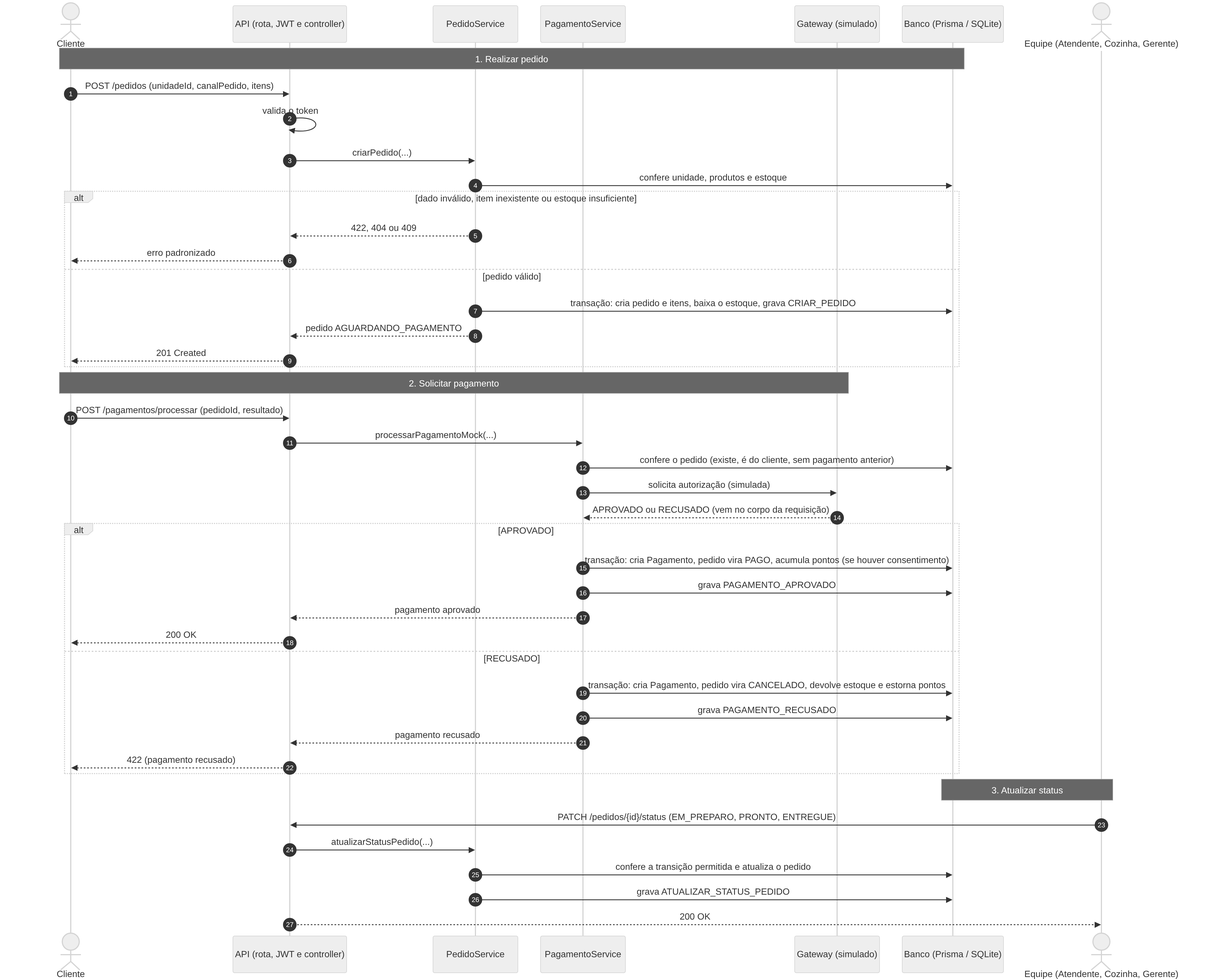
Earlier version of the Mermaid export docs/diagramas/sequencia-pedido-pagamento.png (Pedro-Gabr/raizes-do-nordeste-api). Its source is kept beside it as docs/diagramas/sequencia-pedido-pagamento.mmd.
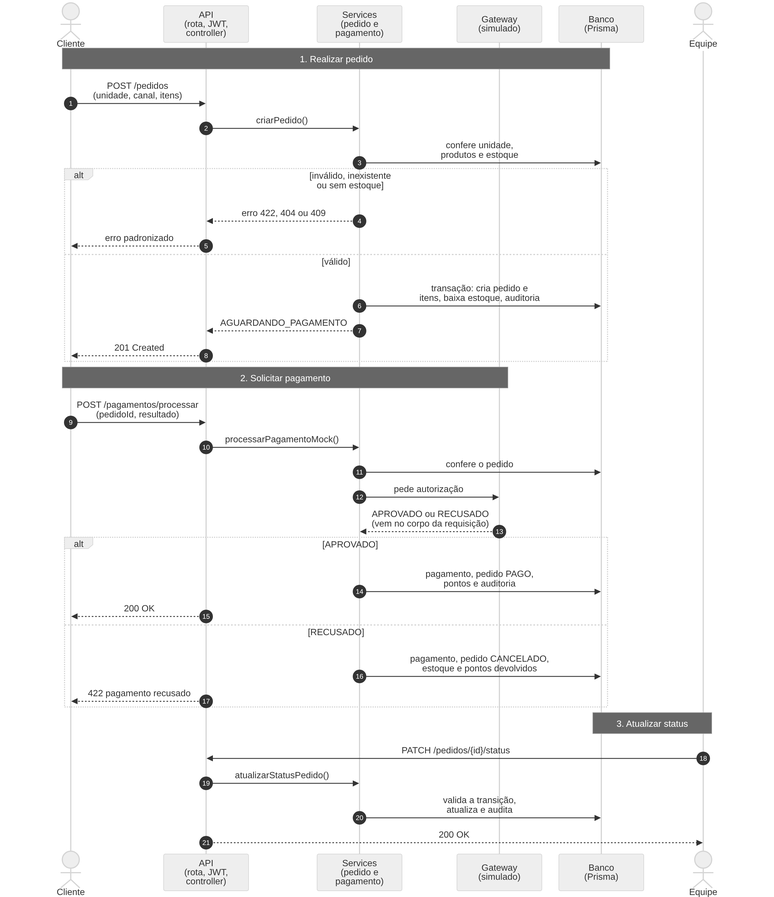
After the commit.

Diff of the diagram source:
```diff
@@ -1,48 +1,41 @@
 sequenceDiagram
     autonumber
     actor C as Cliente
-    participant A as API (rota, JWT e controller)
-    participant P as PedidoService
-    participant G as PagamentoService
-    participant GW as Gateway (simulado)
-    participant B as Banco (Prisma / SQLite)
-    actor F as Equipe (Atendente, Cozinha, Gerente)
+    participant A as API<br/>(rota, JWT,<br/>controller)
+    participant S as Services<br/>(pedido e<br/>pagamento)
+    participant G as Gateway<br/>(simulado)
+    participant B as Banco<br/>(Prisma)
+    actor E as Equipe
 
     Note over C,B: 1. Realizar pedido
-    C->>A: POST /pedidos (unidadeId, canalPedido, itens)
-    A->>A: valida o token
-    A->>P: criarPedido(...)
-    P->>B: confere unidade, produtos e estoque
-    alt dado inválido, item inexistente ou estoque insuficiente
-        P-->>A: 422, 404 ou 409
+    C->>A: POST /pedidos<br/>(unidade, canal, itens)
+    A->>S: criarPedido()
+    S->>B: confere unidade,<br/>produtos e estoque
+    alt inválido, inexistente<br/>ou sem estoque
+        S-->>A: erro 422, 404 ou 409
         A-->>C: erro padronizado
-    else pedido válido
-        P->>B: transação: cria pedido e itens, baixa o estoque, grava CRIAR_PEDIDO
-        P-->>A: pedido AGUARDANDO_PAGAMENTO
+    else válido
+        S->>B: transação: cria pedido e<br/>itens, baixa estoque, auditoria
+        S-->>A: AGUARDANDO_PAGAMENTO
         A-->>C: 201 Created
     end
 
-    Note over C,GW: 2. Solicitar pagamento
-    C->>A: POST /pagamentos/processar (pedidoId, resultado)
-    A->>G: processarPagamentoMock(...)
-    G->>B: confere o pedido (existe, é do cliente, sem pagamento anterior)
-    G->>GW: solicita autorização (simulada)
-    GW-->>G: APROVADO ou RECUSADO (vem no corpo da requisição)
+    Note over C,G: 2. Solicitar pagamento
+    C->>A: POST /pagamentos/processar<br/>(pedidoId, resultado)
+    A->>S: processarPagamentoMock()
+    S->>B: confere o pedido
+    S->>G: pede autorização
+    G-->>S: APROVADO ou RECUSADO<br/>(vem no corpo da requisição)
     alt APROVADO
-        G->>B: transação: cria Pagamento, pedido vira PAGO, acumula pontos (se houver consentimento)
-        G->>B: grava PAGAMENTO_APROVADO
-        G-->>A: pagamento aprovado
+        S->>B: pagamento, pedido PAGO,<br/>pontos e auditoria
         A-->>C: 200 OK
     else RECUSADO
-        G->>B: transação: cria Pagamento, pedido vira CANCELADO, devolve estoque e estorna pontos
-        G->>B: grava PAGAMENTO_RECUSADO
-        G-->>A: pagamento recusado
-        A-->>C: 422 (pagamento recusado)
+        S->>B: pagamento, pedido CANCELADO,<br/>estoque e pontos devolvidos
+        A-->>C: 422 pagamento recusado
     end
 
-    Note over F,B: 3. Atualizar status
-    F->>A: PATCH /pedidos/{id}/status (EM_PREPARO, PRONTO, ENTREGUE)
-    A->>P: atualizarStatusPedido(...)
-    P->>B: confere a transição permitida e atualiza o pedido
-    P->>B: grava ATUALIZAR_STATUS_PEDIDO
-    A-->>F: 200 OK
+    Note over E,B: 3. Atualizar status
+    E->>A: PATCH /pedidos/{id}/status
+    A->>S: atualizarStatusPedido()
+    S->>B: valida a transição,<br/>atualiza e audita
+    A-->>E: 200 OK
```
